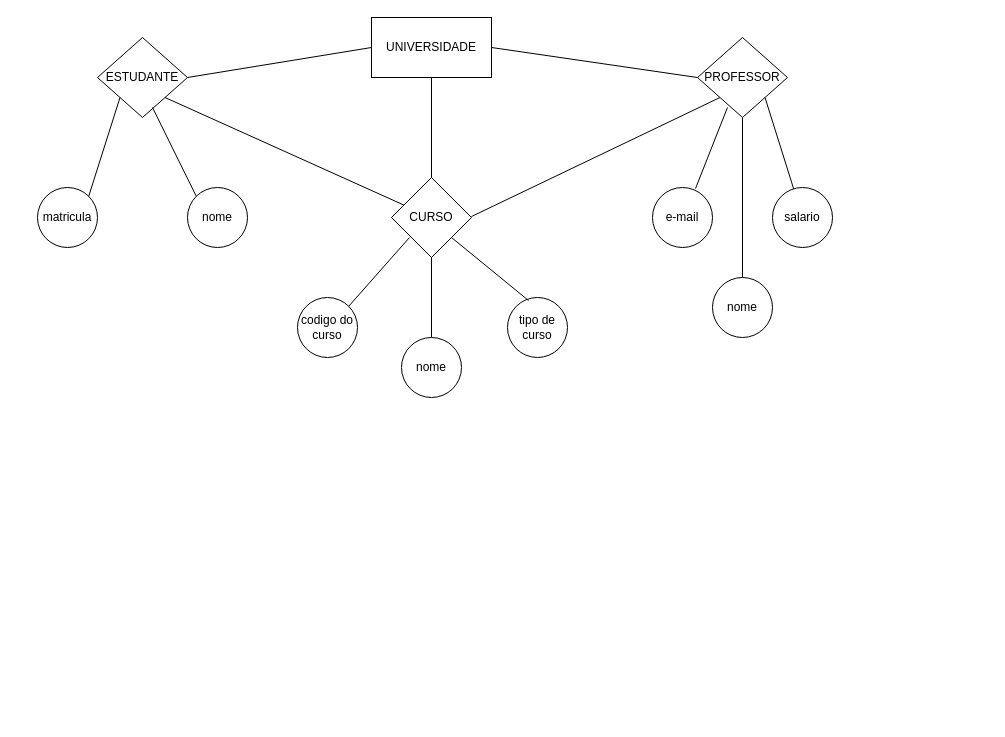
This is projetofinal-at1/projetofinal-DER.drawio from CODINOMEMVS/laboratoriobancodedados, a draw.io file, before an edit. Source tidied: cells renumbered, new cells numbered last; positions are measured from the earlier drawing's top-left corner, leaving out a move shared by most shapes. Both pictures are drawn from the tidied source at 100%, with x=0, y=0 at pixel (37, 17).
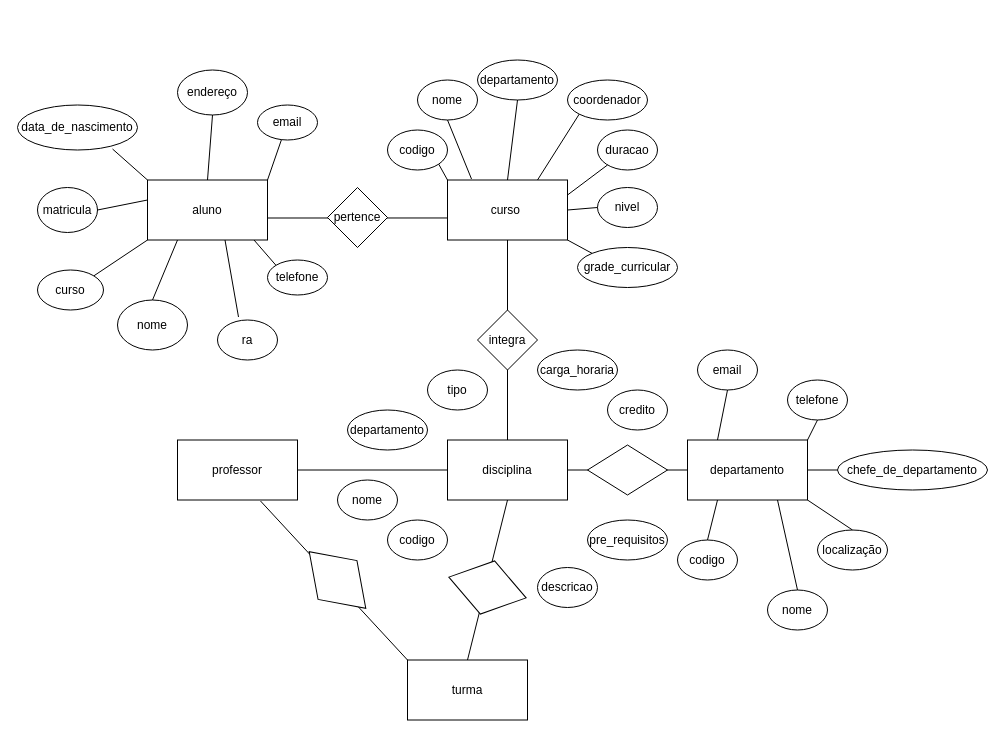
The same diagram, later.

The edit, as a diff of the source:
```diff
@@
-    <mxCell id="2" value="ESTUDANTE" style="rhombus;whiteSpace=wrap;html=1;" parent="1" vertex="1">
-      <mxGeometry x="60" y="20" width="90" height="80" as="geometry" />
-    </mxCell>
-    <mxCell id="3" value="CURSO" style="rhombus;whiteSpace=wrap;html=1;" parent="1" vertex="1">
-      <mxGeometry x="354" y="160" width="80" height="80" as="geometry" />
-    </mxCell>
-    <mxCell id="4" value="PROFESSOR" style="rhombus;whiteSpace=wrap;html=1;" parent="1" vertex="1">
-      <mxGeometry x="660" y="20" width="90" height="80" as="geometry" />
-    </mxCell>
-    <mxCell id="5" value="UNIVERSIDADE" style="rounded=0;whiteSpace=wrap;html=1;" parent="1" vertex="1">
-      <mxGeometry x="334" width="120" height="60" as="geometry" />
-    </mxCell>
-    <mxCell id="6" style="endArrow=none;html=1;rounded=0;entryX=0;entryY=0.5;entryDx=0;entryDy=0;exitX=1;exitY=0.5;exitDx=0;exitDy=0;" parent="1" edge="1" source="2" target="5">
-      <mxGeometry relative="1" as="geometry" />
-    </mxCell>
-    <mxCell id="7" style="endArrow=none;html=1;rounded=0;exitX=0.5;exitY=0;exitDx=0;exitDy=0;" parent="1" edge="1" source="3">
-      <mxGeometry relative="1" as="geometry">
-        <mxPoint x="394" y="60" as="targetPoint" />
-      </mxGeometry>
-    </mxCell>
-    <mxCell id="8" style="endArrow=none;html=1;rounded=0;entryX=0;entryY=0.5;entryDx=0;entryDy=0;" parent="1" edge="1" target="4">
-      <mxGeometry relative="1" as="geometry">
-        <mxPoint x="454" y="30" as="sourcePoint" />
-      </mxGeometry>
-    </mxCell>
+    <mxCell id="27" value="professor" style="rounded=0;whiteSpace=wrap;html=1;" parent="1" vertex="1">
+      <mxGeometry x="140" y="422.5" width="120" height="60" as="geometry" />
+    </mxCell>
+    <mxCell id="28" value="departamento" style="rounded=0;whiteSpace=wrap;html=1;" parent="1" vertex="1">
+      <mxGeometry x="650" y="422.5" width="120" height="60" as="geometry" />
+    </mxCell>
+    <mxCell id="29" value="turma" style="rounded=0;whiteSpace=wrap;html=1;" parent="1" vertex="1">
+      <mxGeometry x="370" y="642.5" width="120" height="60" as="geometry" />
+    </mxCell>
+    <mxCell id="30" value="aluno" style="rounded=0;whiteSpace=wrap;html=1;" parent="1" vertex="1">
+      <mxGeometry x="110" y="162.5" width="120" height="60" as="geometry" />
+    </mxCell>
+    <mxCell id="31" value="curso&amp;nbsp;" style="rounded=0;whiteSpace=wrap;html=1;" parent="1" vertex="1">
+      <mxGeometry x="410" y="162.5" width="120" height="60" as="geometry" />
+    </mxCell>
+    <mxCell id="32" value="disciplina" style="rounded=0;whiteSpace=wrap;html=1;" parent="1" vertex="1">
+      <mxGeometry x="410" y="422.5" width="120" height="60" as="geometry" />
+    </mxCell>
+    <mxCell id="33" value="ra" style="ellipse;whiteSpace=wrap;html=1;" parent="1" vertex="1">
+      <mxGeometry x="180" y="302.5" width="60" height="40" as="geometry" />
+    </mxCell>
     <mxCell id="9" value="matricula" style="ellipse;whiteSpace=wrap;html=1;" parent="1" vertex="1">
-      <mxGeometry y="170" width="60" height="60" as="geometry" />
+      <mxGeometry y="170" width="60" height="45" as="geometry" />
     </mxCell>
-    <mxCell id="10" value="nome" style="ellipse;whiteSpace=wrap;html=1;" parent="1" vertex="1">
-      <mxGeometry x="150" y="170" width="60" height="60" as="geometry" />
-    </mxCell>
-    <mxCell id="11" style="endArrow=none;html=1;rounded=0;entryX=1;entryY=1;entryDx=0;entryDy=0;" parent="1" edge="1" source="3" target="2">
-      <mxGeometry relative="1" as="geometry" />
-    </mxCell>
-    <mxCell id="12" style="endArrow=none;html=1;rounded=0;exitX=1;exitY=0;exitDx=0;exitDy=0;entryX=0;entryY=1;entryDx=0;entryDy=0;" parent="1" edge="1" source="9" target="2">
-      <mxGeometry relative="1" as="geometry" />
-    </mxCell>
-    <mxCell id="13" style="endArrow=none;html=1;rounded=0;exitX=0;exitY=0;exitDx=0;exitDy=0;entryX=0.611;entryY=0.875;entryDx=0;entryDy=0;entryPerimeter=0;" parent="1" edge="1" source="10" target="2">
-      <mxGeometry relative="1" as="geometry" />
-    </mxCell>
-    <mxCell id="14" style="endArrow=none;html=1;rounded=0;exitX=0;exitY=0;exitDx=0;exitDy=0;entryX=0;entryY=1;entryDx=0;entryDy=0;" parent="1" edge="1" target="4">
-      <mxGeometry relative="1" as="geometry">
-        <mxPoint x="434" y="199" as="sourcePoint" />
-      </mxGeometry>
-    </mxCell>
-    <mxCell id="15" value="salario" style="ellipse;whiteSpace=wrap;html=1;" parent="1" vertex="1">
-      <mxGeometry x="735" y="170" width="60" height="60" as="geometry" />
-    </mxCell>
-    <mxCell id="16" value="e-mail" style="ellipse;whiteSpace=wrap;html=1;" parent="1" vertex="1">
-      <mxGeometry x="615" y="170" width="60" height="60" as="geometry" />
-    </mxCell>
-    <mxCell id="17" value="nome" style="ellipse;whiteSpace=wrap;html=1;" parent="1" vertex="1">
-      <mxGeometry x="675" y="260" width="60" height="60" as="geometry" />
-    </mxCell>
-    <mxCell id="18" style="endArrow=none;html=1;rounded=0;exitX=0.5;exitY=0;exitDx=0;exitDy=0;entryX=0.5;entryY=1;entryDx=0;entryDy=0;" parent="1" edge="1" source="17" target="4">
-      <mxGeometry relative="1" as="geometry" />
-    </mxCell>
-    <mxCell id="19" style="endArrow=none;html=1;rounded=0;entryX=1;entryY=1;entryDx=0;entryDy=0;" parent="1" edge="1" source="15" target="4">
-      <mxGeometry relative="1" as="geometry" />
-    </mxCell>
-    <mxCell id="20" style="endArrow=none;html=1;rounded=0;exitX=0.717;exitY=0.017;exitDx=0;exitDy=0;entryX=0.333;entryY=0.875;entryDx=0;entryDy=0;entryPerimeter=0;exitPerimeter=0;" parent="1" edge="1" source="16" target="4">
-      <mxGeometry relative="1" as="geometry" />
-    </mxCell>
-    <mxCell id="21" value="tipo de curso" style="ellipse;whiteSpace=wrap;html=1;" parent="1" vertex="1">
-      <mxGeometry x="470" y="280" width="60" height="60" as="geometry" />
-    </mxCell>
-    <mxCell id="22" value="nome" style="ellipse;whiteSpace=wrap;html=1;" parent="1" vertex="1">
-      <mxGeometry x="364" y="320" width="60" height="60" as="geometry" />
-    </mxCell>
-    <mxCell id="23" value="codigo do curso" style="ellipse;whiteSpace=wrap;html=1;" parent="1" vertex="1">
-      <mxGeometry x="260" y="280" width="60" height="60" as="geometry" />
-    </mxCell>
-    <mxCell id="24" style="endArrow=none;html=1;rounded=0;exitX=1;exitY=0;exitDx=0;exitDy=0;entryX=0.333;entryY=0.875;entryDx=0;entryDy=0;entryPerimeter=0;" parent="1" edge="1" source="23">
-      <mxGeometry relative="1" as="geometry">
-        <mxPoint x="372" y="220" as="targetPoint" />
-      </mxGeometry>
-    </mxCell>
-    <mxCell id="25" style="endArrow=none;html=1;rounded=0;exitX=0.35;exitY=0.05;exitDx=0;exitDy=0;entryX=1;entryY=1;entryDx=0;entryDy=0;exitPerimeter=0;" parent="1" edge="1" source="21" target="3">
-      <mxGeometry relative="1" as="geometry" />
-    </mxCell>
-    <mxCell id="26" style="endArrow=none;html=1;rounded=0;exitX=0.5;exitY=0;exitDx=0;exitDy=0;entryX=0.5;entryY=1;entryDx=0;entryDy=0;" parent="1" edge="1" source="22" target="3">
-      <mxGeometry relative="1" as="geometry" />
-    </mxCell>
+    <mxCell id="34" value="nome" style="ellipse;whiteSpace=wrap;html=1;" parent="1" vertex="1">
+      <mxGeometry x="80" y="282.5" width="70" height="50" as="geometry" />
+    </mxCell>
+    <mxCell id="35" value="curso" style="ellipse;whiteSpace=wrap;html=1;" parent="1" vertex="1">
+      <mxGeometry y="252.5" width="66" height="40" as="geometry" />
+    </mxCell>
+    <mxCell id="36" value="email" style="ellipse;whiteSpace=wrap;html=1;" parent="1" vertex="1">
+      <mxGeometry x="220" y="87.5" width="60" height="35" as="geometry" />
+    </mxCell>
+    <mxCell id="37" value="telefone" style="ellipse;whiteSpace=wrap;html=1;" parent="1" vertex="1">
+      <mxGeometry x="230" y="242.5" width="60" height="35" as="geometry" />
+    </mxCell>
+    <mxCell id="38" value="endereço" style="ellipse;whiteSpace=wrap;html=1;" parent="1" vertex="1">
+      <mxGeometry x="140" y="52.5" width="70" height="45" as="geometry" />
+    </mxCell>
+    <mxCell id="39" value="data_de_nascimento" style="ellipse;whiteSpace=wrap;html=1;" parent="1" vertex="1">
+      <mxGeometry x="-20" y="87.5" width="120" height="45" as="geometry" />
+    </mxCell>
+    <mxCell id="40" style="endArrow=none;html=1;rounded=0;entryX=0;entryY=0.633;entryDx=0;entryDy=0;entryPerimeter=0;" parent="1" edge="1" target="31">
+      <mxGeometry relative="1" as="geometry">
+        <mxPoint x="230" y="200.5" as="sourcePoint" />
+      </mxGeometry>
+    </mxCell>
+    <mxCell id="41" value="pertence" style="rhombus;whiteSpace=wrap;html=1;" parent="1" vertex="1">
+      <mxGeometry x="290" y="170" width="60" height="60" as="geometry" />
+    </mxCell>
+    <mxCell id="42" style="endArrow=none;html=1;rounded=0;exitX=0.5;exitY=0;exitDx=0;exitDy=0;entryX=0.25;entryY=1;entryDx=0;entryDy=0;" parent="1" edge="1" source="34" target="30">
+      <mxGeometry relative="1" as="geometry" />
+    </mxCell>
+    <mxCell id="43" style="endArrow=none;html=1;rounded=0;exitX=0.35;exitY=-0.075;exitDx=0;exitDy=0;entryX=0.25;entryY=1;entryDx=0;entryDy=0;exitPerimeter=0;" parent="1" edge="1" source="33">
+      <mxGeometry relative="1" as="geometry">
+        <mxPoint x="187.5" y="222.5" as="targetPoint" />
+      </mxGeometry>
+    </mxCell>
+    <mxCell id="44" style="endArrow=none;html=1;rounded=0;exitX=0;exitY=0;exitDx=0;exitDy=0;entryX=0.25;entryY=1;entryDx=0;entryDy=0;" parent="1" edge="1" source="37">
+      <mxGeometry relative="1" as="geometry">
+        <mxPoint x="216.5" y="222.5" as="targetPoint" />
+      </mxGeometry>
+    </mxCell>
+    <mxCell id="45" style="endArrow=none;html=1;rounded=0;entryX=0.25;entryY=1;entryDx=0;entryDy=0;exitX=0.5;exitY=0;exitDx=0;exitDy=0;" parent="1" edge="1" source="30">
+      <mxGeometry relative="1" as="geometry">
+        <mxPoint x="175" y="97.5" as="targetPoint" />
+      </mxGeometry>
+    </mxCell>
+    <mxCell id="46" style="endArrow=none;html=1;rounded=0;exitX=1;exitY=0;exitDx=0;exitDy=0;entryX=0.25;entryY=1;entryDx=0;entryDy=0;" parent="1" edge="1" source="35">
+      <mxGeometry relative="1" as="geometry">
+        <mxPoint x="110" y="222.5" as="targetPoint" />
+      </mxGeometry>
+    </mxCell>
+    <mxCell id="47" style="endArrow=none;html=1;rounded=0;exitX=0;exitY=0;exitDx=0;exitDy=0;entryX=0.792;entryY=0.978;entryDx=0;entryDy=0;entryPerimeter=0;" parent="1" edge="1" source="30" target="39">
+      <mxGeometry relative="1" as="geometry" />
+    </mxCell>
+    <mxCell id="48" style="endArrow=none;html=1;rounded=0;exitX=1;exitY=0.5;exitDx=0;exitDy=0;entryX=0.25;entryY=1;entryDx=0;entryDy=0;" parent="1" edge="1" source="9">
+      <mxGeometry relative="1" as="geometry">
+        <mxPoint x="110" y="182.5" as="targetPoint" />
+      </mxGeometry>
+    </mxCell>
+    <mxCell id="49" style="endArrow=none;html=1;rounded=0;exitX=1;exitY=0;exitDx=0;exitDy=0;" parent="1" edge="1" source="30" target="36">
+      <mxGeometry relative="1" as="geometry" />
+    </mxCell>
+    <mxCell id="50" style="endArrow=none;html=1;rounded=0;entryX=0.5;entryY=1;entryDx=0;entryDy=0;" parent="1" edge="1" source="52" target="31">
+      <mxGeometry relative="1" as="geometry" />
+    </mxCell>
+    <mxCell id="51" style="endArrow=none;html=1;rounded=0;entryX=0.5;entryY=1;entryDx=0;entryDy=0;" parent="1" edge="1" target="52">
+      <mxGeometry relative="1" as="geometry">
+        <mxPoint x="470" y="422.5" as="sourcePoint" />
+      </mxGeometry>
+    </mxCell>
+    <mxCell id="52" value="integra" style="rhombus;whiteSpace=wrap;html=1;" parent="1" vertex="1">
+      <mxGeometry x="440" y="292.5" width="60" height="60" as="geometry" />
+    </mxCell>
+    <mxCell id="53" value="nivel" style="ellipse;whiteSpace=wrap;html=1;" parent="1" vertex="1">
+      <mxGeometry x="560" y="170" width="60" height="40" as="geometry" />
+    </mxCell>
+    <mxCell id="54" value="duracao" style="ellipse;whiteSpace=wrap;html=1;" parent="1" vertex="1">
+      <mxGeometry x="560" y="112.5" width="60" height="40" as="geometry" />
+    </mxCell>
+    <mxCell id="55" value="coordenador" style="ellipse;whiteSpace=wrap;html=1;" parent="1" vertex="1">
+      <mxGeometry x="530" y="62.5" width="80" height="40" as="geometry" />
+    </mxCell>
+    <mxCell id="56" value="nome" style="ellipse;whiteSpace=wrap;html=1;" parent="1" vertex="1">
+      <mxGeometry x="380" y="62.5" width="60" height="40" as="geometry" />
+    </mxCell>
+    <mxCell id="57" value="codigo" style="ellipse;whiteSpace=wrap;html=1;" parent="1" vertex="1">
+      <mxGeometry x="350" y="112.5" width="60" height="40" as="geometry" />
+    </mxCell>
+    <mxCell id="58" value="departamento" style="ellipse;whiteSpace=wrap;html=1;" parent="1" vertex="1">
+      <mxGeometry x="440" y="42.5" width="80" height="40" as="geometry" />
+    </mxCell>
+    <mxCell id="59" value="grade_curricular" style="ellipse;whiteSpace=wrap;html=1;" parent="1" vertex="1">
+      <mxGeometry x="540" y="230" width="100" height="40" as="geometry" />
+    </mxCell>
+    <mxCell id="60" style="endArrow=none;html=1;rounded=0;exitX=1;exitY=1;exitDx=0;exitDy=0;entryX=0;entryY=0;entryDx=0;entryDy=0;" parent="1" edge="1" source="57" target="31">
+      <mxGeometry relative="1" as="geometry" />
+    </mxCell>
+    <mxCell id="61" style="endArrow=none;html=1;rounded=0;entryX=0.2;entryY=-0.017;entryDx=0;entryDy=0;entryPerimeter=0;exitX=0.5;exitY=1;exitDx=0;exitDy=0;" parent="1" edge="1" source="56" target="31">
+      <mxGeometry relative="1" as="geometry" />
+    </mxCell>
+    <mxCell id="62" style="endArrow=none;html=1;rounded=0;entryX=1;entryY=1;entryDx=0;entryDy=0;exitX=0;exitY=0;exitDx=0;exitDy=0;" parent="1" edge="1" source="59" target="31">
+      <mxGeometry relative="1" as="geometry" />
+    </mxCell>
+    <mxCell id="63" style="endArrow=none;html=1;rounded=0;entryX=0.5;entryY=0;entryDx=0;entryDy=0;exitX=0.5;exitY=1;exitDx=0;exitDy=0;" parent="1" edge="1" source="58" target="31">
+      <mxGeometry relative="1" as="geometry" />
+    </mxCell>
+    <mxCell id="64" style="endArrow=none;html=1;rounded=0;entryX=1;entryY=0.25;entryDx=0;entryDy=0;" parent="1" edge="1" source="54" target="31">
+      <mxGeometry relative="1" as="geometry" />
+    </mxCell>
+    <mxCell id="65" style="endArrow=none;html=1;rounded=0;entryX=0;entryY=0.5;entryDx=0;entryDy=0;exitX=1;exitY=0.5;exitDx=0;exitDy=0;" parent="1" edge="1" source="31" target="53">
+      <mxGeometry relative="1" as="geometry" />
+    </mxCell>
+    <mxCell id="66" style="endArrow=none;html=1;rounded=0;entryX=0;entryY=1;entryDx=0;entryDy=0;exitX=0.75;exitY=0;exitDx=0;exitDy=0;" parent="1" edge="1" source="31" target="55">
+      <mxGeometry relative="1" as="geometry" />
+    </mxCell>
+    <mxCell id="67" style="endArrow=none;html=1;rounded=0;entryX=0.5;entryY=1;entryDx=0;entryDy=0;exitX=0.5;exitY=0;exitDx=0;exitDy=0;" parent="1" edge="1" source="29" target="32">
+      <mxGeometry relative="1" as="geometry" />
+    </mxCell>
+    <mxCell id="68" style="endArrow=none;html=1;rounded=0;entryX=0.692;entryY=1.017;entryDx=0;entryDy=0;exitX=0;exitY=0;exitDx=0;exitDy=0;entryPerimeter=0;" parent="1" edge="1" source="29" target="27">
+      <mxGeometry relative="1" as="geometry" />
+    </mxCell>
+    <mxCell id="69" style="endArrow=none;html=1;rounded=0;exitX=1;exitY=0.5;exitDx=0;exitDy=0;entryX=0;entryY=0.5;entryDx=0;entryDy=0;" parent="1" edge="1" source="32" target="28">
+      <mxGeometry relative="1" as="geometry" />
+    </mxCell>
+    <mxCell id="70" style="endArrow=none;html=1;rounded=0;exitX=1;exitY=0.5;exitDx=0;exitDy=0;entryX=0;entryY=0.5;entryDx=0;entryDy=0;" parent="1" edge="1" source="27" target="32">
+      <mxGeometry relative="1" as="geometry" />
+    </mxCell>
+    <mxCell id="71" value="nome" style="ellipse;whiteSpace=wrap;html=1;" parent="1" vertex="1">
+      <mxGeometry x="730" y="572.5" width="60" height="40" as="geometry" />
+    </mxCell>
+    <mxCell id="72" value="localização" style="ellipse;whiteSpace=wrap;html=1;" parent="1" vertex="1">
+      <mxGeometry x="780" y="512.5" width="70" height="40" as="geometry" />
+    </mxCell>
+    <mxCell id="73" value="chefe_de_departamento" style="ellipse;whiteSpace=wrap;html=1;" parent="1" vertex="1">
+      <mxGeometry x="800" y="432.5" width="150" height="40" as="geometry" />
+    </mxCell>
+    <mxCell id="74" value="telefone" style="ellipse;whiteSpace=wrap;html=1;" parent="1" vertex="1">
+      <mxGeometry x="750" y="362.5" width="60" height="40" as="geometry" />
+    </mxCell>
+    <mxCell id="75" value="email" style="ellipse;whiteSpace=wrap;html=1;" parent="1" vertex="1">
+      <mxGeometry x="660" y="332.5" width="60" height="40" as="geometry" />
+    </mxCell>
+    <mxCell id="76" value="codigo" style="ellipse;whiteSpace=wrap;html=1;" parent="1" vertex="1">
+      <mxGeometry x="640" y="522.5" width="60" height="40" as="geometry" />
+    </mxCell>
+    <mxCell id="77" style="endArrow=none;html=1;rounded=0;exitX=0.25;exitY=0;exitDx=0;exitDy=0;" parent="1" edge="1" source="28">
+      <mxGeometry relative="1" as="geometry">
+        <mxPoint x="690" y="372.5" as="targetPoint" />
+      </mxGeometry>
+    </mxCell>
+    <mxCell id="78" style="endArrow=none;html=1;rounded=0;exitX=0.5;exitY=0;exitDx=0;exitDy=0;entryX=0.25;entryY=1;entryDx=0;entryDy=0;" parent="1" edge="1" source="76" target="28">
+      <mxGeometry relative="1" as="geometry" />
+    </mxCell>
+    <mxCell id="79" style="endArrow=none;html=1;rounded=0;exitX=1;exitY=0;exitDx=0;exitDy=0;entryX=0.5;entryY=1;entryDx=0;entryDy=0;" parent="1" edge="1" source="28" target="74">
+      <mxGeometry relative="1" as="geometry" />
+    </mxCell>
+    <mxCell id="80" style="endArrow=none;html=1;rounded=0;exitX=1;exitY=0.5;exitDx=0;exitDy=0;entryX=0;entryY=0.5;entryDx=0;entryDy=0;" parent="1" edge="1" source="28" target="73">
+      <mxGeometry relative="1" as="geometry" />
+    </mxCell>
+    <mxCell id="81" style="endArrow=none;html=1;rounded=0;exitX=0.75;exitY=1;exitDx=0;exitDy=0;entryX=0.5;entryY=0;entryDx=0;entryDy=0;" parent="1" edge="1" source="28" target="71">
+      <mxGeometry relative="1" as="geometry" />
+    </mxCell>
+    <mxCell id="82" style="endArrow=none;html=1;rounded=0;exitX=0.5;exitY=0;exitDx=0;exitDy=0;entryX=1;entryY=1;entryDx=0;entryDy=0;" parent="1" edge="1" source="72" target="28">
+      <mxGeometry relative="1" as="geometry" />
+    </mxCell>
+    <mxCell id="83" style="edgeStyle=orthogonalEdgeStyle;rounded=0;orthogonalLoop=1;jettySize=auto;html=1;exitX=0.5;exitY=1;exitDx=0;exitDy=0;" parent="1" edge="1" source="76" target="76">
+      <mxGeometry relative="1" as="geometry" />
+    </mxCell>
+    <mxCell id="84" value="departamento" style="ellipse;whiteSpace=wrap;html=1;" parent="1" vertex="1">
+      <mxGeometry x="310" y="392.5" width="80" height="40" as="geometry" />
+    </mxCell>
+    <mxCell id="85" value="tipo" style="ellipse;whiteSpace=wrap;html=1;" parent="1" vertex="1">
+      <mxGeometry x="390" y="352.5" width="60" height="40" as="geometry" />
+    </mxCell>
+    <mxCell id="86" value="carga_horaria" style="ellipse;whiteSpace=wrap;html=1;" parent="1" vertex="1">
+      <mxGeometry x="500" y="332.5" width="80" height="40" as="geometry" />
+    </mxCell>
+    <mxCell id="87" value="credito" style="ellipse;whiteSpace=wrap;html=1;" parent="1" vertex="1">
+      <mxGeometry x="570" y="372.5" width="60" height="40" as="geometry" />
+    </mxCell>
+    <mxCell id="88" value="nome" style="ellipse;whiteSpace=wrap;html=1;" parent="1" vertex="1">
+      <mxGeometry x="300" y="462.5" width="60" height="40" as="geometry" />
+    </mxCell>
+    <mxCell id="89" value="codigo" style="ellipse;whiteSpace=wrap;html=1;" parent="1" vertex="1">
+      <mxGeometry x="350" y="502.5" width="60" height="40" as="geometry" />
+    </mxCell>
+    <mxCell id="90" value="pre_requisitos" style="ellipse;whiteSpace=wrap;html=1;" parent="1" vertex="1">
+      <mxGeometry x="550" y="502.5" width="80" height="40" as="geometry" />
+    </mxCell>
+    <mxCell id="91" value="descricao" style="ellipse;whiteSpace=wrap;html=1;" parent="1" vertex="1">
+      <mxGeometry x="500" y="550" width="60" height="40" as="geometry" />
+    </mxCell>
+    <mxCell id="92" style="rhombus;whiteSpace=wrap;html=1;" parent="1" vertex="1">
+      <mxGeometry x="550" y="427.5" width="80" height="50" as="geometry" />
+    </mxCell>
+    <mxCell id="93" style="rhombus;whiteSpace=wrap;html=1;rotation=15;" parent="1" vertex="1">
+      <mxGeometry x="410" y="542.5" width="80" height="55" as="geometry" />
+    </mxCell>
+    <mxCell id="94" style="rhombus;whiteSpace=wrap;html=1;rotation=45;" parent="1" vertex="1">
+      <mxGeometry x="260" y="535" width="80" height="55" as="geometry" />
+    </mxCell>
```
